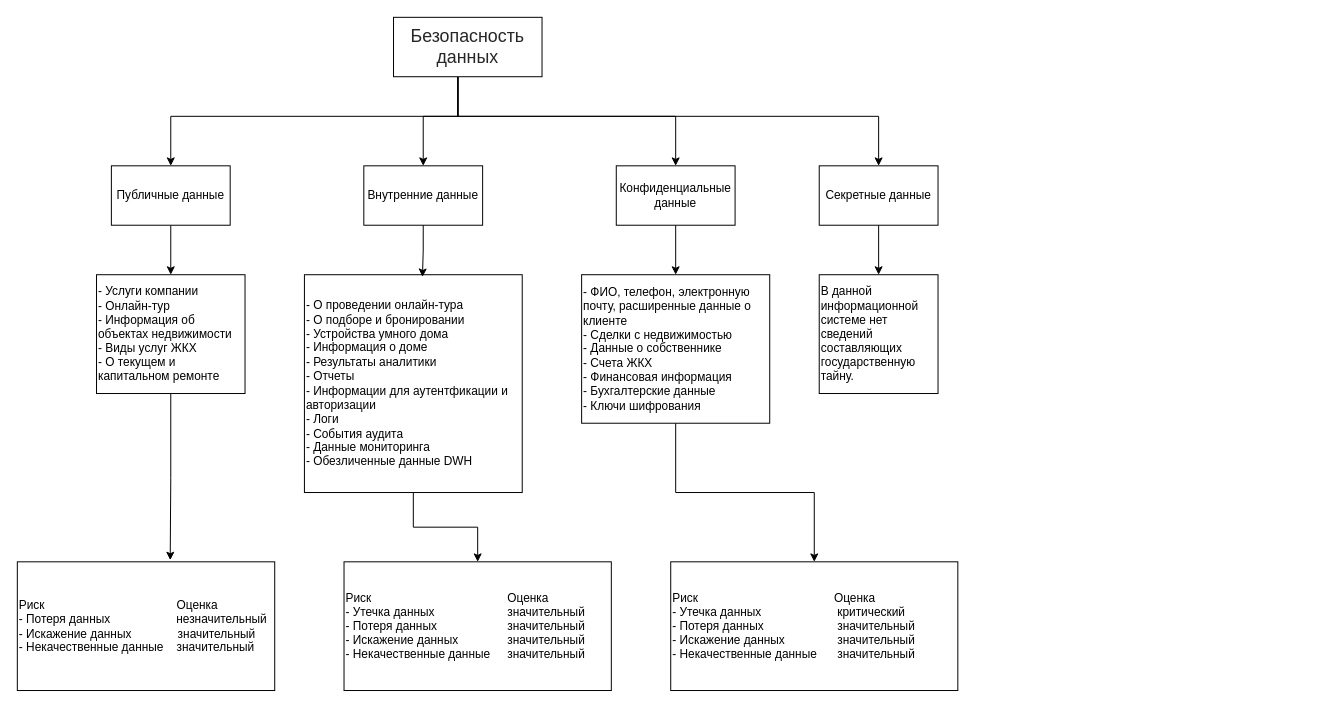
Before: Task1/MindMap.drawio in IlnarMT/architecture-propdevelopment, a draw.io diagram. Source tidied: cells renumbered, new cells numbered last; positions are measured from the earlier drawing's top-left corner, leaving out a move shared by most shapes. Both pictures are drawn from the tidied source at 99%, with x=0, y=0 at pixel (17, 17).
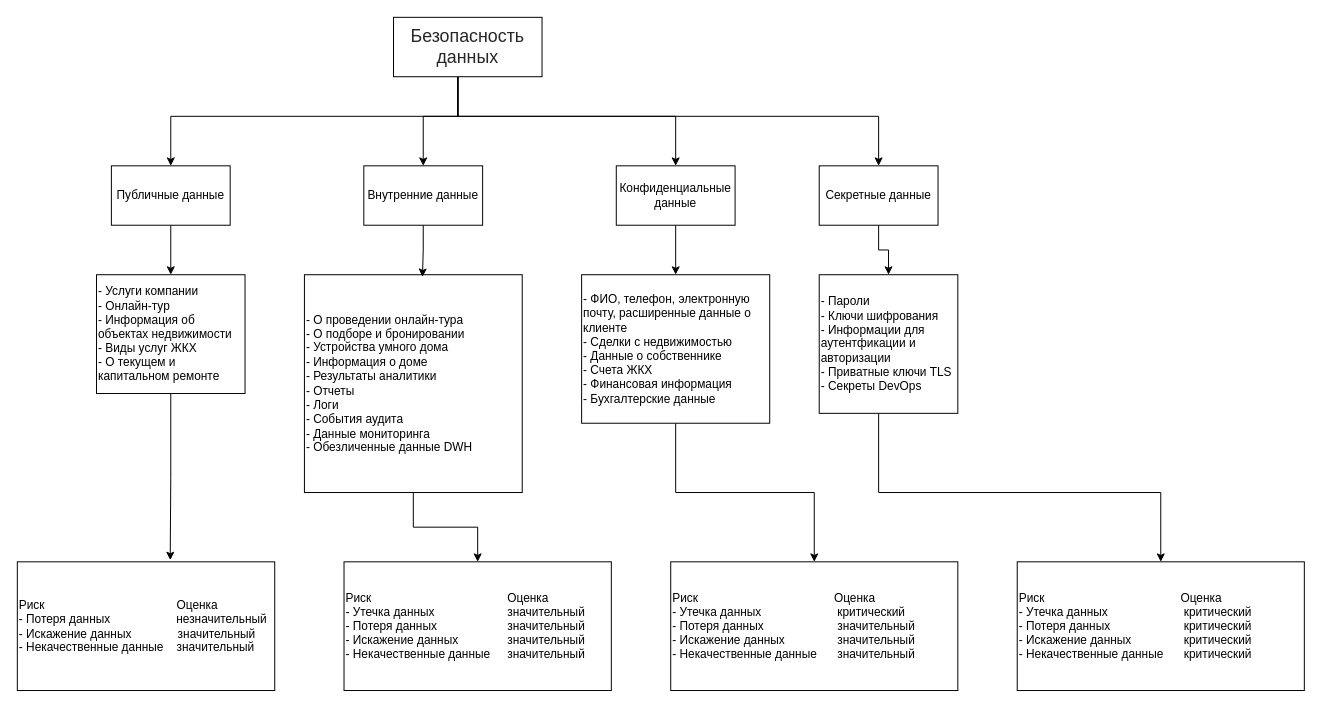
After the change.

Commit message (it also covers changes not shown here):
Исправления по замечаниям ревьюера

Change to the diagram source:
```diff
@@
-    <mxCell id="16" value="&lt;div&gt;- О проведении онлайн-тура&lt;/div&gt;&lt;div&gt;- О подборе и бронировании&lt;/div&gt;&lt;div&gt;- Устройства умного дома&lt;/div&gt;&lt;div&gt;- Информация о доме&lt;/div&gt;&lt;div&gt;- Результаты аналитики&lt;/div&gt;&lt;div&gt;- Отчеты&lt;/div&gt;&lt;div&gt;- Информации для аутентфикации и авторизации&lt;/div&gt;&lt;div&gt;- Логи&lt;/div&gt;&lt;div&gt;- События аудита&lt;/div&gt;&lt;div&gt;- Данные мониторинга&lt;/div&gt;&lt;div&gt;- Обезличенные данные DWH&lt;/div&gt;" style="rounded=0;whiteSpace=wrap;html=1;align=left;" parent="1" vertex="1">
+    <mxCell id="16" value="&lt;div&gt;- О проведении онлайн-тура&lt;/div&gt;&lt;div&gt;- О подборе и бронировании&lt;/div&gt;&lt;div&gt;- Устройства умного дома&lt;/div&gt;&lt;div&gt;- Информация о доме&lt;/div&gt;&lt;div&gt;- Результаты аналитики&lt;/div&gt;&lt;div&gt;- Отчеты&lt;/div&gt;&lt;div&gt;- Логи&lt;/div&gt;&lt;div&gt;- События аудита&lt;/div&gt;&lt;div&gt;- Данные мониторинга&lt;/div&gt;&lt;div&gt;- Обезличенные данные DWH&lt;/div&gt;" style="rounded=0;whiteSpace=wrap;html=1;align=left;" parent="1" vertex="1">
       <mxGeometry x="290" y="260" width="220" height="220" as="geometry" />
     </mxCell>
@@
-    <mxCell id="18" value="&lt;div&gt;- ФИО, телефон, электронную почту, расширенные данные о клиенте&lt;/div&gt;&lt;div&gt;- Сделки с недвижимостью&lt;/div&gt;&lt;div&gt;- Данные о собственнике&lt;/div&gt;&lt;div&gt;&lt;span style=&quot;&quot;&gt;- Счета ЖКХ&lt;/span&gt;&lt;/div&gt;&lt;div&gt;- Финансовая информация&lt;/div&gt;&lt;div&gt;- Бухгалтерские данные&lt;/div&gt;&lt;div&gt;- Ключи шифрования&lt;/div&gt;" style="rounded=0;whiteSpace=wrap;html=1;align=left;" parent="1" vertex="1">
+    <mxCell id="18" value="&lt;div&gt;- ФИО, телефон, электронную почту, расширенные данные о клиенте&lt;/div&gt;&lt;div&gt;- Сделки с недвижимостью&lt;/div&gt;&lt;div&gt;- Данные о собственнике&lt;/div&gt;&lt;div&gt;&lt;span style=&quot;&quot;&gt;- Счета ЖКХ&lt;/span&gt;&lt;/div&gt;&lt;div&gt;- Финансовая информация&lt;/div&gt;&lt;div&gt;- Бухгалтерские данные&lt;/div&gt;" style="rounded=0;whiteSpace=wrap;html=1;align=left;" parent="1" vertex="1">
       <mxGeometry x="570" y="260" width="190" height="150" as="geometry" />
     </mxCell>
+    <mxCell id="25" style="edgeStyle=orthogonalEdgeStyle;rounded=0;jettySize=auto;html=1;" parent="1" edge="1" source="19" target="26">
+      <mxGeometry relative="1" as="geometry">
+        <Array as="points">
+          <mxPoint x="870" y="480" />
+          <mxPoint x="1155" y="480" />
+        </Array>
+      </mxGeometry>
+    </mxCell>
-    <mxCell id="19" value="В данной информационной системе нет сведений составляющих государственную тайну." style="rounded=0;whiteSpace=wrap;html=1;align=left;" parent="1" vertex="1">
-      <mxGeometry x="810" y="260" width="120" height="120" as="geometry" />
+    <mxCell id="19" value="- Пароли&lt;br&gt;&lt;div&gt;&lt;span style=&quot;background-color: transparent; color: light-dark(rgb(0, 0, 0), rgb(255, 255, 255));&quot;&gt;- Ключи шифрования&lt;/span&gt;&lt;/div&gt;&lt;div&gt;&lt;span style=&quot;background-color: transparent; color: light-dark(rgb(0, 0, 0), rgb(255, 255, 255));&quot;&gt;-&amp;nbsp;&lt;/span&gt;&lt;span style=&quot;background-color: transparent; color: light-dark(rgb(0, 0, 0), rgb(255, 255, 255));&quot;&gt;Информации для аутентфикации и авторизации&lt;/span&gt;&lt;/div&gt;&lt;div&gt;&lt;span style=&quot;background-color: transparent; color: light-dark(rgb(0, 0, 0), rgb(255, 255, 255));&quot;&gt;- Приватные ключи TLS&lt;/span&gt;&lt;/div&gt;&lt;div&gt;&lt;span style=&quot;background-color: transparent; color: light-dark(rgb(0, 0, 0), rgb(255, 255, 255));&quot;&gt;- Секреты DevOps&lt;/span&gt;&lt;/div&gt;" style="rounded=0;whiteSpace=wrap;html=1;align=left;" parent="1" vertex="1">
+      <mxGeometry x="810" y="260" width="140" height="140" as="geometry" />
     </mxCell>
@@
+    <mxCell id="26" value="&lt;div&gt;Риск&lt;span style=&quot;white-space: pre;&quot;&gt;&#9;&lt;/span&gt;&lt;span style=&quot;white-space: pre;&quot;&gt;&#9;&lt;/span&gt;&lt;span style=&quot;white-space: pre;&quot;&gt;&#9;&lt;/span&gt; &lt;span style=&quot;white-space: pre;&quot;&gt;&#9;&lt;/span&gt;&lt;span style=&quot;white-space: pre;&quot;&gt;&#9;&lt;/span&gt;&amp;nbsp;Оценка&lt;/div&gt;&lt;div&gt;- Утечка данных&amp;nbsp; &amp;nbsp; &amp;nbsp; &amp;nbsp; &amp;nbsp; &lt;span style=&quot;white-space: pre;&quot;&gt;&#9;&lt;/span&gt;&lt;span style=&quot;white-space: pre;&quot;&gt;&#9;&lt;/span&gt;&amp;nbsp; критический&lt;/div&gt;&lt;div&gt;- Потеря данных&amp;nbsp; &amp;nbsp; &amp;nbsp; &amp;nbsp; &amp;nbsp; &lt;span style=&quot;white-space: pre;&quot;&gt;&#9;&lt;/span&gt;&lt;span style=&quot;white-space: pre;&quot;&gt;&#9;&lt;/span&gt;&amp;nbsp;&amp;nbsp;&lt;span style=&quot;background-color: transparent; color: light-dark(rgb(0, 0, 0), rgb(255, 255, 255));&quot;&gt;критический&lt;/span&gt;&lt;/div&gt;&lt;div&gt;- Искажение данных&amp;nbsp; &amp;nbsp; &amp;nbsp; &amp;nbsp;&lt;span style=&quot;white-space: pre;&quot;&gt;&#9;&lt;/span&gt;&amp;nbsp;&amp;nbsp;&lt;span style=&quot;background-color: transparent; color: light-dark(rgb(0, 0, 0), rgb(255, 255, 255));&quot;&gt;критический&lt;/span&gt;&lt;/div&gt;&lt;div&gt;- Некачественные данные&lt;span style=&quot;white-space: pre;&quot;&gt;&#9;&lt;/span&gt;&amp;nbsp;&amp;nbsp;&lt;span style=&quot;background-color: transparent; color: light-dark(rgb(0, 0, 0), rgb(255, 255, 255));&quot;&gt;критический&lt;/span&gt;&lt;/div&gt;" style="rounded=0;whiteSpace=wrap;html=1;align=left;" parent="1" vertex="1">
+      <mxGeometry x="1010" y="550" width="290" height="130" as="geometry" />
+    </mxCell>
```
